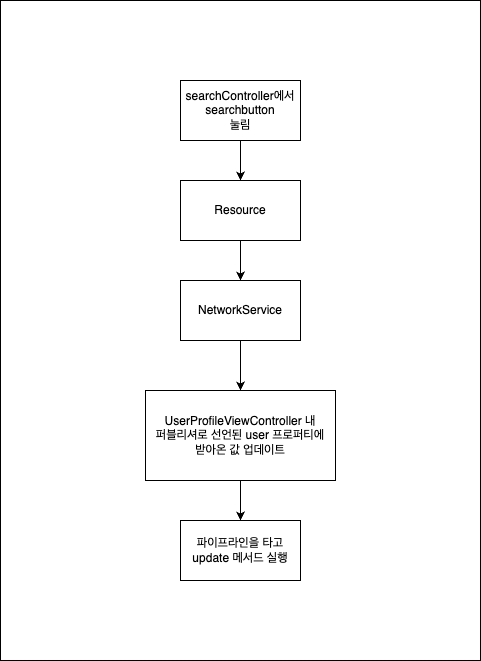
Before: GithubUserProfile.png, a diagram exported from draw.io (KayAhn0126/GithubUserProfile). Source tidied: cells renumbered, new cells last; positions are measured from the earlier drawing's top-left corner, leaving out a move shared by most shapes. Source of this version:
```xml
<mxGraphModel background="#FFFFFF">
  <root>
    <mxCell id="0" />
    <mxCell id="1" parent="0" />
    <mxCell id="2" style="rounded=0;whiteSpace=wrap;html=1;" parent="1" vertex="1">
      <mxGeometry width="480" height="660" as="geometry" />
    </mxCell>
    <mxCell id="3" value="Resource" style="rounded=0;whiteSpace=wrap;html=1;" parent="1" vertex="1">
      <mxGeometry x="180" y="180" width="120" height="60" as="geometry" />
    </mxCell>
    <mxCell id="4" value="NetworkService" style="rounded=0;whiteSpace=wrap;html=1;" parent="1" vertex="1">
      <mxGeometry x="180" y="280" width="120" height="60" as="geometry" />
    </mxCell>
    <mxCell id="5" value="searchController에서 searchbutton&lt;br&gt;눌림" style="rounded=0;whiteSpace=wrap;html=1;" parent="1" vertex="1">
      <mxGeometry x="180" y="80" width="120" height="60" as="geometry" />
    </mxCell>
    <mxCell id="6" value="UserProfileViewController 내&lt;br&gt;퍼블리셔로 선언된 user 프로퍼티에&lt;br&gt;받아온 값 업데이트" style="rounded=0;whiteSpace=wrap;html=1;" parent="1" vertex="1">
      <mxGeometry x="145" y="390" width="190" height="90" as="geometry" />
    </mxCell>
    <mxCell id="7" style="endArrow=classic;html=1;rounded=0;exitX=0.5;exitY=1;exitDx=0;exitDy=0;entryX=0.5;entryY=0;entryDx=0;entryDy=0;" parent="1" edge="1" source="5" target="3">
      <mxGeometry relative="1" as="geometry" />
    </mxCell>
    <mxCell id="8" style="endArrow=classic;html=1;rounded=0;exitX=0.5;exitY=1;exitDx=0;exitDy=0;entryX=0.5;entryY=0;entryDx=0;entryDy=0;" parent="1" edge="1" source="3" target="4">
      <mxGeometry relative="1" as="geometry" />
    </mxCell>
    <mxCell id="9" style="endArrow=classic;html=1;rounded=0;exitX=0.5;exitY=1;exitDx=0;exitDy=0;entryX=0.5;entryY=0;entryDx=0;entryDy=0;" parent="1" edge="1" source="4" target="6">
      <mxGeometry relative="1" as="geometry" />
    </mxCell>
    <mxCell id="10" value="파이프라인을 타고 update 메서드 실행" style="rounded=0;whiteSpace=wrap;html=1;" parent="1" vertex="1">
      <mxGeometry x="180" y="520" width="120" height="60" as="geometry" />
    </mxCell>
    <mxCell id="11" style="endArrow=classic;html=1;rounded=0;exitX=0.5;exitY=1;exitDx=0;exitDy=0;entryX=0.5;entryY=0;entryDx=0;entryDy=0;" parent="1" edge="1" source="6" target="10">
      <mxGeometry relative="1" as="geometry" />
    </mxCell>
  </root>
</mxGraphModel>
```
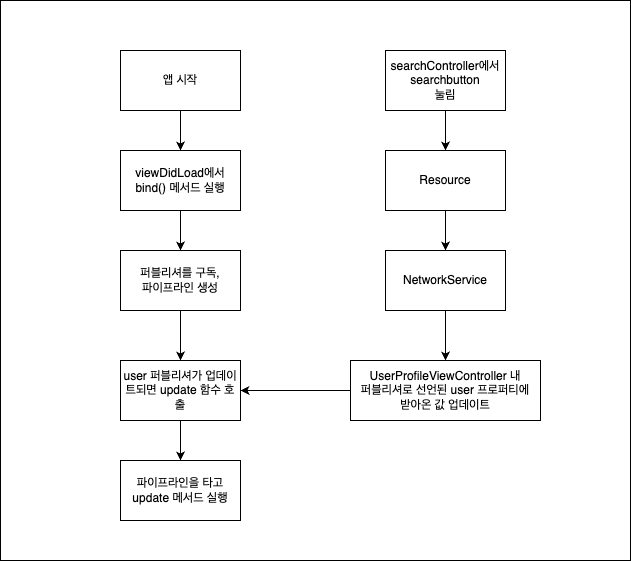
Above is the later version.

Commit message:
refactor: pipe line 관련 flow chart 수정

Change to the diagram source:
```diff
@@ -3,7 +3,7 @@
     <mxCell id="0" />
     <mxCell id="1" parent="0" />
     <mxCell id="2" style="rounded=0;whiteSpace=wrap;html=1;" parent="1" vertex="1">
-      <mxGeometry width="480" height="660" as="geometry" />
+      <mxGeometry x="-205" y="30" width="630" height="560" as="geometry" />
     </mxCell>
     <mxCell id="3" value="Resource" style="rounded=0;whiteSpace=wrap;html=1;" parent="1" vertex="1">
       <mxGeometry x="180" y="180" width="120" height="60" as="geometry" />
@@ -15,7 +15,7 @@
       <mxGeometry x="180" y="80" width="120" height="60" as="geometry" />
     </mxCell>
     <mxCell id="6" value="UserProfileViewController 내&lt;br&gt;퍼블리셔로 선언된 user 프로퍼티에&lt;br&gt;받아온 값 업데이트" style="rounded=0;whiteSpace=wrap;html=1;" parent="1" vertex="1">
-      <mxGeometry x="145" y="390" width="190" height="90" as="geometry" />
+      <mxGeometry x="145" y="390" width="190" height="60" as="geometry" />
     </mxCell>
     <mxCell id="7" style="endArrow=classic;html=1;rounded=0;exitX=0.5;exitY=1;exitDx=0;exitDy=0;entryX=0.5;entryY=0;entryDx=0;entryDy=0;" parent="1" edge="1" source="5" target="3">
       <mxGeometry relative="1" as="geometry" />
@@ -27,10 +27,34 @@
       <mxGeometry relative="1" as="geometry" />
     </mxCell>
     <mxCell id="10" value="파이프라인을 타고 update 메서드 실행" style="rounded=0;whiteSpace=wrap;html=1;" parent="1" vertex="1">
-      <mxGeometry x="180" y="520" width="120" height="60" as="geometry" />
+      <mxGeometry x="-85" y="490" width="120" height="60" as="geometry" />
     </mxCell>
-    <mxCell id="11" style="endArrow=classic;html=1;rounded=0;exitX=0.5;exitY=1;exitDx=0;exitDy=0;entryX=0.5;entryY=0;entryDx=0;entryDy=0;" parent="1" edge="1" source="6" target="10">
-      <mxGeometry relative="1" as="geometry" />
-    </mxCell>
+    <mxCell id="12" value="앱 시작" style="rounded=0;whiteSpace=wrap;html=1;" parent="1" vertex="1">
+      <mxGeometry x="-85" y="80" width="120" height="60" as="geometry" />
+    </mxCell>
+    <mxCell id="13" style="endArrow=classic;html=1;rounded=0;exitX=0.5;exitY=1;exitDx=0;exitDy=0;entryX=0.5;entryY=0;entryDx=0;entryDy=0;" parent="1" edge="1" source="12" target="14">
+      <mxGeometry relative="1" as="geometry" />
+    </mxCell>
+    <mxCell id="14" value="viewDidLoad에서 bind() 메서드 실행" style="rounded=0;whiteSpace=wrap;html=1;" parent="1" vertex="1">
+      <mxGeometry x="-85" y="180" width="120" height="60" as="geometry" />
+    </mxCell>
+    <mxCell id="15" style="endArrow=classic;html=1;rounded=0;exitX=0.5;exitY=1;exitDx=0;exitDy=0;entryX=0.5;entryY=0;entryDx=0;entryDy=0;" parent="1" edge="1" source="14" target="16">
+      <mxGeometry relative="1" as="geometry" />
+    </mxCell>
+    <mxCell id="16" value="퍼블리셔를 구독,&lt;br&gt;파이프라인 생성" style="rounded=0;whiteSpace=wrap;html=1;" parent="1" vertex="1">
+      <mxGeometry x="-85" y="280" width="120" height="60" as="geometry" />
+    </mxCell>
+    <mxCell id="17" value="user 퍼블리셔가 업데이트되면 update 함수 호출" style="rounded=0;whiteSpace=wrap;html=1;" parent="1" vertex="1">
+      <mxGeometry x="-85" y="390" width="120" height="60" as="geometry" />
+    </mxCell>
+    <mxCell id="18" style="endArrow=classic;html=1;rounded=0;exitX=0.5;exitY=1;exitDx=0;exitDy=0;entryX=0.5;entryY=0;entryDx=0;entryDy=0;" parent="1" edge="1" source="16" target="17">
+      <mxGeometry relative="1" as="geometry" />
+    </mxCell>
+    <mxCell id="19" style="endArrow=classic;html=1;rounded=0;exitX=0.5;exitY=1;exitDx=0;exitDy=0;entryX=0.5;entryY=0;entryDx=0;entryDy=0;" parent="1" edge="1" source="17" target="10">
+      <mxGeometry relative="1" as="geometry" />
+    </mxCell>
+    <mxCell id="20" style="endArrow=classic;html=1;rounded=0;exitX=0;exitY=0.5;exitDx=0;exitDy=0;entryX=1;entryY=0.5;entryDx=0;entryDy=0;" parent="1" edge="1" source="6" target="17">
+      <mxGeometry relative="1" as="geometry" />
+    </mxCell>
   </root>
 </mxGraphModel>
```
